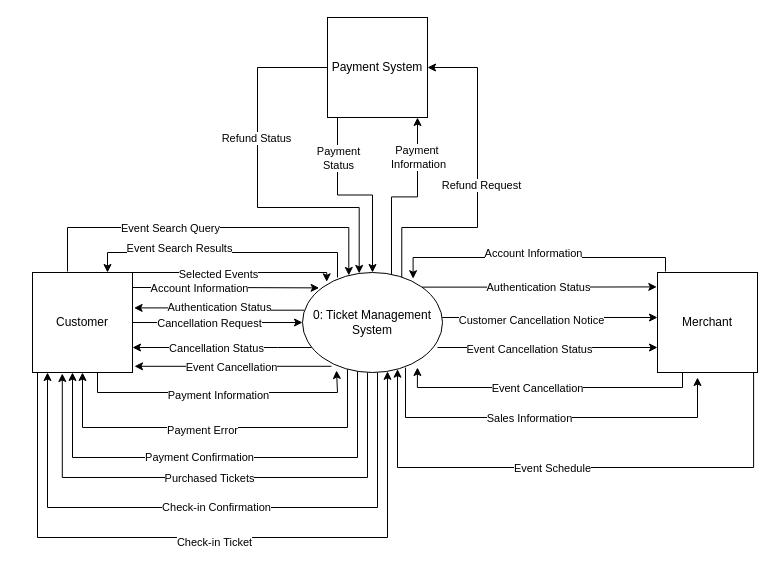
The draw.io diagram page "Context Diagram" (1 of 10) of ITEC 630 DFD Ticket Mangement System .drawio in SteveWChang/UMGC-ITEC--630-Ticketing-System-Modeling-and-Analysis, before the edit. Source tidied: cells renumbered, new cells numbered last; positions are measured from the earlier drawing's top-left corner, leaving out a move shared by most shapes. Both pictures are drawn from the tidied source at 100%, with x=0, y=0 at pixel (32, 17).
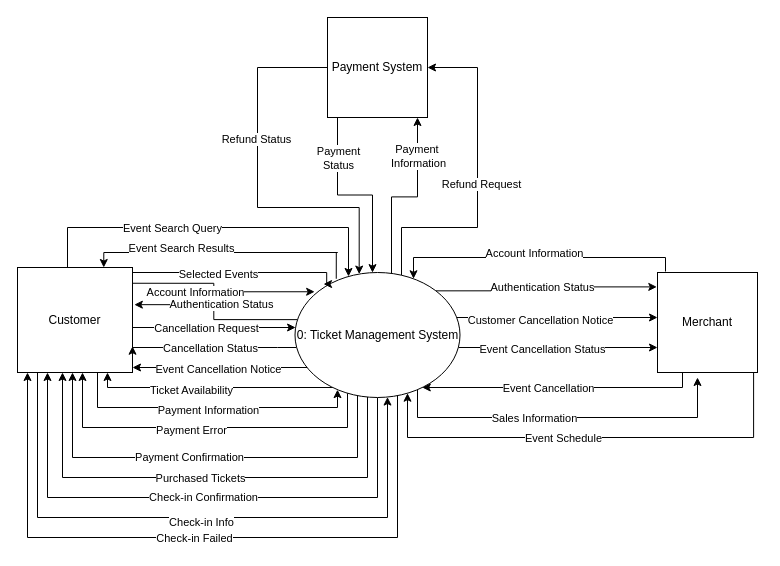
The same diagram, later.

The change refers to these unchanged cells:
```xml
<mxCell id="15" value="Merchant" style="html=1;dashed=0;whiteSpace=wrap;" parent="1" vertex="1">
  <mxGeometry x="625" y="255" width="100" height="100" as="geometry" />
</mxCell>
<mxCell id="16" value="Payment System" style="html=1;dashed=0;whiteSpace=wrap;" parent="1" vertex="1">
  <mxGeometry x="295" width="100" height="100" as="geometry" />
</mxCell>
```

What changed in the source:
```diff
@@
-    <mxCell id="2" style="edgeStyle=orthogonalEdgeStyle;rounded=0;jettySize=auto;html=1;entryX=0;entryY=0.5;entryDx=0;entryDy=0;" parent="1" edge="1" source="12" target="35">
-      <mxGeometry relative="1" as="geometry" />
+    <mxCell id="2" style="edgeStyle=orthogonalEdgeStyle;rounded=0;jettySize=auto;html=1;" parent="1" edge="1" source="12" target="35">
+      <mxGeometry relative="1" as="geometry">
+        <Array as="points">
+          <mxPoint x="185" y="310" />
+          <mxPoint x="185" y="310" />
+        </Array>
+      </mxGeometry>
     </mxCell>
@@
-    <mxCell id="4" style="edgeStyle=orthogonalEdgeStyle;rounded=0;jettySize=auto;html=1;exitX=0.35;exitY=-0.01;exitDx=0;exitDy=0;exitPerimeter=0;" parent="1" edge="1" source="12" target="35">
+    <mxCell id="4" style="edgeStyle=orthogonalEdgeStyle;rounded=0;jettySize=auto;html=1;" parent="1" edge="1" source="12" target="35">
       <mxGeometry x="-0.61" relative="1" as="geometry">
         <Array as="points">
           <mxPoint x="35" y="210" />
-          <mxPoint x="316.3" y="210" />
+          <mxPoint x="316" y="210" />
         </Array>
       </mxGeometry>
     </mxCell>
@@
-    <mxCell id="6" style="edgeStyle=orthogonalEdgeStyle;rounded=0;jettySize=auto;html=1;entryX=0.243;entryY=0.98;entryDx=0;entryDy=0;entryPerimeter=0;" parent="1" edge="1" source="12" target="35">
+    <mxCell id="6" style="edgeStyle=orthogonalEdgeStyle;rounded=0;jettySize=auto;html=1;" parent="1" edge="1" source="12" target="35">
       <mxGeometry x="0.12" relative="1" as="geometry">
         <Array as="points">
-          <mxPoint x="65" y="375" />
-          <mxPoint x="305" y="375" />
+          <mxPoint x="65" y="390" />
+          <mxPoint x="305" y="390" />
         </Array>
       </mxGeometry>
     </mxCell>
@@
     <mxCell id="10" style="edgeStyle=orthogonalEdgeStyle;rounded=0;jettySize=auto;html=1;" parent="1" edge="1" source="12" target="35">
       <mxGeometry relative="1" as="geometry">
         <Array as="points">
-          <mxPoint x="5" y="520" />
-          <mxPoint x="355" y="520" />
+          <mxPoint x="5" y="500" />
+          <mxPoint x="355" y="500" />
         </Array>
       </mxGeometry>
     </mxCell>
-    <mxCell id="11" value="Check-in Ticket" style="edgeLabel;html=1;align=center;verticalAlign=middle;" parent="10" vertex="1">
+    <mxCell id="11" value="Check-in Info" style="edgeLabel;html=1;align=center;verticalAlign=middle;" parent="10" vertex="1">
       <mxGeometry y="-4" relative="1" as="geometry" />
     </mxCell>
     <mxCell id="12" value="&lt;div&gt;Customer&lt;/div&gt;" style="html=1;dashed=0;whiteSpace=wrap;" parent="1" vertex="1">
-      <mxGeometry y="255" width="100" height="100" as="geometry" />
+      <mxGeometry x="-15" y="250" width="115" height="105" as="geometry" />
     </mxCell>
-    <mxCell id="13" style="edgeStyle=orthogonalEdgeStyle;rounded=0;jettySize=auto;html=1;entryX=0.4;entryY=1.05;entryDx=0;entryDy=0;entryPerimeter=0;innerLoopWaypoints=1;exitX=0.736;exitY=0.952;exitDx=0;exitDy=0;exitPerimeter=0;" parent="1" edge="1" source="35" target="15">
+    <mxCell id="13" style="edgeStyle=orthogonalEdgeStyle;rounded=0;jettySize=auto;html=1;entryX=0.4;entryY=1.05;entryDx=0;entryDy=0;entryPerimeter=0;innerLoopWaypoints=1;" parent="1" edge="1" source="35" target="15">
       <mxGeometry x="0.67" relative="1" as="geometry">
         <Array as="points">
-          <mxPoint x="373" y="400" />
+          <mxPoint x="385" y="400" />
           <mxPoint x="665" y="400" />
         </Array>
       </mxGeometry>
     </mxCell>
@@
-    <mxCell id="27" style="edgeStyle=orthogonalEdgeStyle;rounded=0;jettySize=auto;html=1;entryX=0.298;entryY=1.01;entryDx=0;entryDy=0;entryPerimeter=0;" parent="1" edge="1" source="35" target="12">
+    <mxCell id="27" style="edgeStyle=orthogonalEdgeStyle;rounded=0;jettySize=auto;html=1;" parent="1" edge="1" source="35" target="12">
       <mxGeometry x="0.04" relative="1" as="geometry">
         <Array as="points">
           <mxPoint x="335" y="460" />
           <mxPoint x="30" y="460" />
         </Array>
       </mxGeometry>
     </mxCell>
@@
-    <mxCell id="29" style="edgeStyle=orthogonalEdgeStyle;rounded=0;jettySize=auto;html=1;entryX=0;entryY=0.75;entryDx=0;entryDy=0;exitX=0.964;exitY=0.75;exitDx=0;exitDy=0;exitPerimeter=0;" parent="1" edge="1" source="35" target="15">
-      <mxGeometry relative="1" as="geometry" />
+    <mxCell id="29" style="edgeStyle=orthogonalEdgeStyle;rounded=0;jettySize=auto;html=1;entryX=0;entryY=0.75;entryDx=0;entryDy=0;" parent="1" edge="1" source="35" target="15">
+      <mxGeometry relative="1" as="geometry">
+        <Array as="points">
+          <mxPoint x="475" y="330" />
+          <mxPoint x="475" y="330" />
+        </Array>
+      </mxGeometry>
     </mxCell>
@@
-    <mxCell id="31" style="edgeStyle=orthogonalEdgeStyle;rounded=0;jettySize=auto;html=1;entryX=0.5;entryY=1;entryDx=0;entryDy=0;" parent="1" edge="1" source="35" target="12">
+    <mxCell id="31" style="edgeStyle=orthogonalEdgeStyle;rounded=0;jettySize=auto;html=1;" parent="1" edge="1" source="35" target="12">
       <mxGeometry x="0.23" relative="1" as="geometry">
         <Array as="points">
           <mxPoint x="315" y="410" />
           <mxPoint x="50" y="410" />
         </Array>
       </mxGeometry>
     </mxCell>
@@
     <mxCell id="33" style="edgeStyle=orthogonalEdgeStyle;rounded=0;jettySize=auto;html=1;" parent="1" edge="1" source="35" target="12">
       <mxGeometry relative="1" as="geometry">
         <Array as="points">
-          <mxPoint x="345" y="490" />
-          <mxPoint x="15" y="490" />
+          <mxPoint x="345" y="480" />
+          <mxPoint x="15" y="480" />
         </Array>
       </mxGeometry>
     </mxCell>
@@
+    <mxCell id="56" style="edgeStyle=orthogonalEdgeStyle;rounded=0;jettySize=auto;html=1;" parent="1" edge="1" source="35" target="12">
+      <mxGeometry relative="1" as="geometry">
+        <Array as="points">
+          <mxPoint x="75" y="370" />
+        </Array>
+      </mxGeometry>
+    </mxCell>
+    <mxCell id="57" value="Ticket Availability" style="edgeLabel;html=1;align=center;verticalAlign=middle;" parent="56" vertex="1">
+      <mxGeometry x="0.18" y="2" relative="1" as="geometry" />
+    </mxCell>
+    <mxCell id="58" style="edgeStyle=orthogonalEdgeStyle;rounded=0;jettySize=auto;html=1;" parent="1" edge="1" source="35" target="12">
+      <mxGeometry relative="1" as="geometry">
+        <Array as="points">
+          <mxPoint x="365" y="520" />
+          <mxPoint x="-5" y="520" />
+        </Array>
+      </mxGeometry>
+    </mxCell>
+    <mxCell id="59" value="Check-in Failed" style="edgeLabel;html=1;align=center;verticalAlign=middle;" parent="58" vertex="1">
+      <mxGeometry x="0.02" relative="1" as="geometry" />
+    </mxCell>
     <mxCell id="35" value="0: Ticket Management System" style="shape=ellipse;html=1;dashed=0;whiteSpace=wrap;perimeter=ellipsePerimeter;" parent="1" vertex="1">
-      <mxGeometry x="270" y="255" width="140" height="100" as="geometry" />
+      <mxGeometry x="262.5" y="255" width="165" height="125" as="geometry" />
     </mxCell>
@@
-    <mxCell id="38" style="edgeStyle=orthogonalEdgeStyle;rounded=0;jettySize=auto;html=1;entryX=0.79;entryY=0.062;entryDx=0;entryDy=0;exitX=0.08;exitY=-0.01;exitDx=0;exitDy=0;entryPerimeter=0;exitPerimeter=0;" parent="1" edge="1" source="15" target="35">
+    <mxCell id="38" style="edgeStyle=orthogonalEdgeStyle;rounded=0;jettySize=auto;html=1;exitX=0.08;exitY=-0.01;exitDx=0;exitDy=0;exitPerimeter=0;" parent="1" edge="1" source="15" target="35">
       <mxGeometry x="-0.1" relative="1" as="geometry">
         <Array as="points">
           <mxPoint x="633" y="240" />
-          <mxPoint x="380.6" y="240" />
+          <mxPoint x="381" y="240" />
         </Array>
       </mxGeometry>
     </mxCell>
@@
-    <mxCell id="40" style="edgeStyle=orthogonalEdgeStyle;rounded=0;jettySize=auto;html=1;entryX=0.821;entryY=0.95;entryDx=0;entryDy=0;entryPerimeter=0;exitX=0.25;exitY=1;exitDx=0;exitDy=0;" parent="1" edge="1" source="15" target="35">
+    <mxCell id="40" style="edgeStyle=orthogonalEdgeStyle;rounded=0;jettySize=auto;html=1;exitX=0.25;exitY=1;exitDx=0;exitDy=0;" parent="1" edge="1" source="15" target="35">
       <mxGeometry x="-0.08" relative="1" as="geometry">
         <Array as="points">
           <mxPoint x="650" y="370" />
-          <mxPoint x="384.9" y="370" />
         </Array>
       </mxGeometry>
     </mxCell>
@@
     <mxCell id="42" style="edgeStyle=orthogonalEdgeStyle;rounded=0;jettySize=auto;html=1;exitX=0.961;exitY=1.002;exitDx=0;exitDy=0;exitPerimeter=0;" parent="1" edge="1" source="15" target="35">
       <mxGeometry x="0.03" relative="1" as="geometry">
         <Array as="points">
-          <mxPoint x="721" y="450" />
-          <mxPoint x="365" y="450" />
+          <mxPoint x="721" y="420" />
+          <mxPoint x="375" y="420" />
         </Array>
       </mxGeometry>
     </mxCell>
@@
-    <mxCell id="44" style="edgeStyle=orthogonalEdgeStyle;rounded=0;jettySize=auto;html=1;exitX=0.207;exitY=0.938;exitDx=0;exitDy=0;entryX=1.02;entryY=0.938;entryDx=0;entryDy=0;entryPerimeter=0;exitPerimeter=0;" parent="1" edge="1" source="35" target="12">
-      <mxGeometry relative="1" as="geometry" />
+    <mxCell id="44" style="edgeStyle=orthogonalEdgeStyle;rounded=0;jettySize=auto;html=1;" parent="1" edge="1" source="35" target="12">
+      <mxGeometry relative="1" as="geometry">
+        <Array as="points">
+          <mxPoint x="185" y="350" />
+          <mxPoint x="185" y="350" />
+        </Array>
+      </mxGeometry>
     </mxCell>
-    <mxCell id="45" value="Event Cancellation" style="edgeLabel;html=1;align=center;verticalAlign=middle;" parent="44" vertex="1">
+    <mxCell id="45" value="Event Cancellation Notice" style="edgeLabel;html=1;align=center;verticalAlign=middle;" parent="44" vertex="1">
       <mxGeometry x="0.02" y="1" relative="1" as="geometry" />
     </mxCell>
-    <mxCell id="46" style="edgeStyle=orthogonalEdgeStyle;rounded=0;jettySize=auto;html=1;entryX=1;entryY=0.5;entryDx=0;entryDy=0;exitX=0.709;exitY=0.046;exitDx=0;exitDy=0;exitPerimeter=0;" parent="1" edge="1" source="35" target="16">
+    <mxCell id="46" style="edgeStyle=orthogonalEdgeStyle;rounded=0;jettySize=auto;html=1;entryX=1;entryY=0.5;entryDx=0;entryDy=0;" parent="1" edge="1" source="35" target="16">
       <mxGeometry x="-0.14" relative="1" as="geometry">
         <Array as="points">
-          <mxPoint x="369.3" y="210" />
+          <mxPoint x="369" y="210" />
           <mxPoint x="445" y="210" />
           <mxPoint x="445" y="50" />
         </Array>
       </mxGeometry>
     </mxCell>
```
